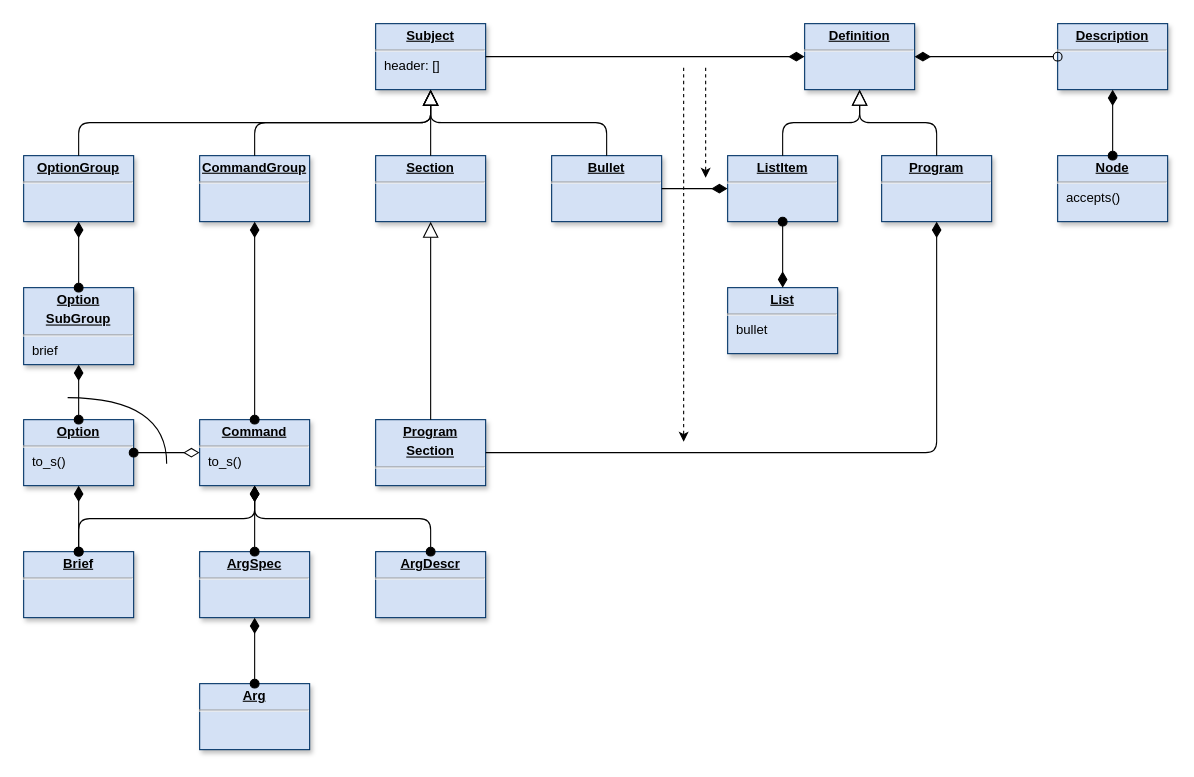
Before: page "Page-7" (2 of 7) of doc/diagram.drawio in clrgit/shellopts, a draw.io diagram. Source tidied: cells renumbered, new cells numbered last; positions are measured from the earlier drawing's top-left corner, leaving out a move shared by most shapes. Both pictures are drawn from the tidied source at 110%, with x=0, y=0 at pixel (-76, 23).
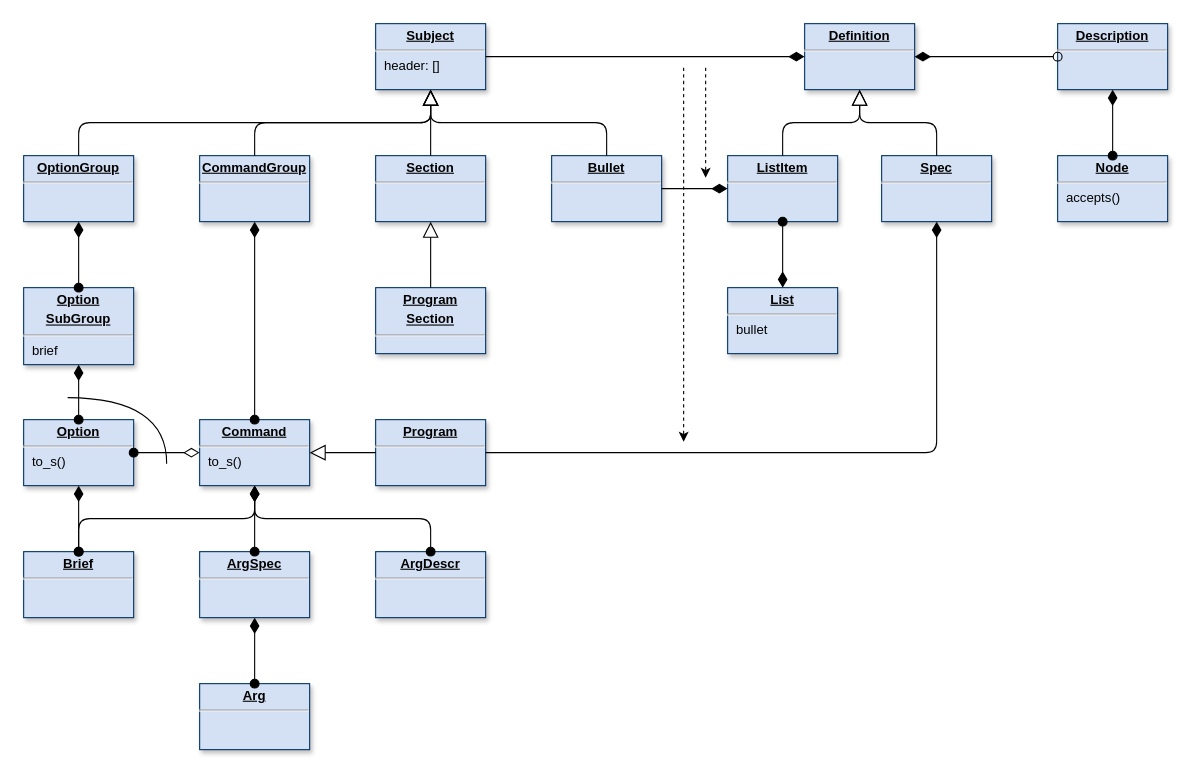
Above is the later version.

The change refers to these unchanged cells:
```xml
<mxCell id="12" value="&lt;p style=&quot;margin: 0px ; margin-top: 4px ; text-align: center ; text-decoration: underline&quot;&gt;&lt;b&gt;Command&lt;/b&gt;&lt;/p&gt;&lt;hr&gt;&lt;p style=&quot;margin: 0px ; margin-left: 8px&quot;&gt;to_s()&lt;/p&gt;" style="verticalAlign=top;align=left;overflow=fill;fontSize=12;fontFamily=Helvetica;html=1;shadow=1;strokeColor=#003366;fillColor=#D4E1F5;" parent="1" vertex="1">
  <mxGeometry x="250" y="360" width="100" height="60" as="geometry" />
</mxCell>
```

Change to the diagram source:
```diff
@@
     <mxCell id="23" value="&lt;p style=&quot;margin: 0px ; margin-top: 4px ; text-align: center ; text-decoration: underline&quot;&gt;&lt;b&gt;Program&lt;/b&gt;&lt;/p&gt;&lt;p style=&quot;margin: 0px ; margin-top: 4px ; text-align: center ; text-decoration: underline&quot;&gt;&lt;b&gt;Section&lt;/b&gt;&lt;/p&gt;&lt;hr&gt;&lt;p style=&quot;margin: 0px ; margin-left: 8px&quot;&gt;&lt;br&gt;&lt;/p&gt;" style="verticalAlign=top;align=left;overflow=fill;fontSize=12;fontFamily=Helvetica;html=1;shadow=1;strokeColor=#003366;fillColor=#D4E1F5;" parent="1" vertex="1">
-      <mxGeometry x="410" y="360" width="100" height="60" as="geometry" />
+      <mxGeometry x="410" y="240" width="100" height="60" as="geometry" />
     </mxCell>
-    <mxCell id="24" value="&lt;p style=&quot;margin: 0px ; margin-top: 4px ; text-align: center ; text-decoration: underline&quot;&gt;&lt;b&gt;Program&lt;/b&gt;&lt;/p&gt;&lt;hr&gt;&lt;p style=&quot;margin: 0px ; margin-left: 8px&quot;&gt;&lt;br&gt;&lt;/p&gt;" style="verticalAlign=top;align=left;overflow=fill;fontSize=12;fontFamily=Helvetica;html=1;shadow=1;strokeColor=#003366;fillColor=#D4E1F5;" parent="1" vertex="1">
+    <mxCell id="24" value="&lt;p style=&quot;margin: 0px ; margin-top: 4px ; text-align: center ; text-decoration: underline&quot;&gt;&lt;b&gt;Spec&lt;/b&gt;&lt;/p&gt;&lt;hr&gt;&lt;p style=&quot;margin: 0px ; margin-left: 8px&quot;&gt;&lt;br&gt;&lt;/p&gt;" style="verticalAlign=top;align=left;overflow=fill;fontSize=12;fontFamily=Helvetica;html=1;shadow=1;strokeColor=#003366;fillColor=#D4E1F5;" parent="1" vertex="1">
       <mxGeometry x="870" y="120" width="100" height="60" as="geometry" />
     </mxCell>
-    <mxCell id="25" style="endArrow=diamondThin;endFill=1;endSize=12;html=1;edgeStyle=elbowEdgeStyle;labelBackgroundColor=#FFFFFF;startSize=8;startArrow=none;startFill=0;elbow=vertical;" parent="1" edge="1" source="23" target="24">
-      <mxGeometry relative="1" as="geometry">
-        <Array as="points">
-          <mxPoint x="920" y="390" />
-          <mxPoint x="940" y="390" />
-          <mxPoint x="620" y="270" />
-        </Array>
-      </mxGeometry>
-    </mxCell>
@@
+    <mxCell id="46" value="&lt;p style=&quot;margin: 0px ; margin-top: 4px ; text-align: center ; text-decoration: underline&quot;&gt;&lt;b&gt;Program&lt;/b&gt;&lt;/p&gt;&lt;hr&gt;&lt;p style=&quot;margin: 0px ; margin-left: 8px&quot;&gt;&lt;br&gt;&lt;/p&gt;" style="verticalAlign=top;align=left;overflow=fill;fontSize=12;fontFamily=Helvetica;html=1;shadow=1;strokeColor=#003366;fillColor=#D4E1F5;" parent="1" vertex="1">
+      <mxGeometry x="410" y="360" width="100" height="60" as="geometry" />
+    </mxCell>
+    <mxCell id="47" style="endArrow=diamondThin;endFill=1;endSize=12;html=1;edgeStyle=orthogonalEdgeStyle;labelBackgroundColor=#FFFFFF;startSize=8;startArrow=none;startFill=0;elbow=vertical;" parent="1" edge="1" source="46" target="24">
+      <mxGeometry relative="1" as="geometry">
+        <Array as="points">
+          <mxPoint x="920" y="390" />
+        </Array>
+      </mxGeometry>
+    </mxCell>
+    <mxCell id="48" style="endArrow=block;endFill=0;endSize=12;html=1;edgeStyle=elbowEdgeStyle;labelBackgroundColor=#FFFFFF;elbow=vertical;" parent="1" edge="1" source="46" target="12">
+      <mxGeometry relative="1" as="geometry" />
+    </mxCell>
```
